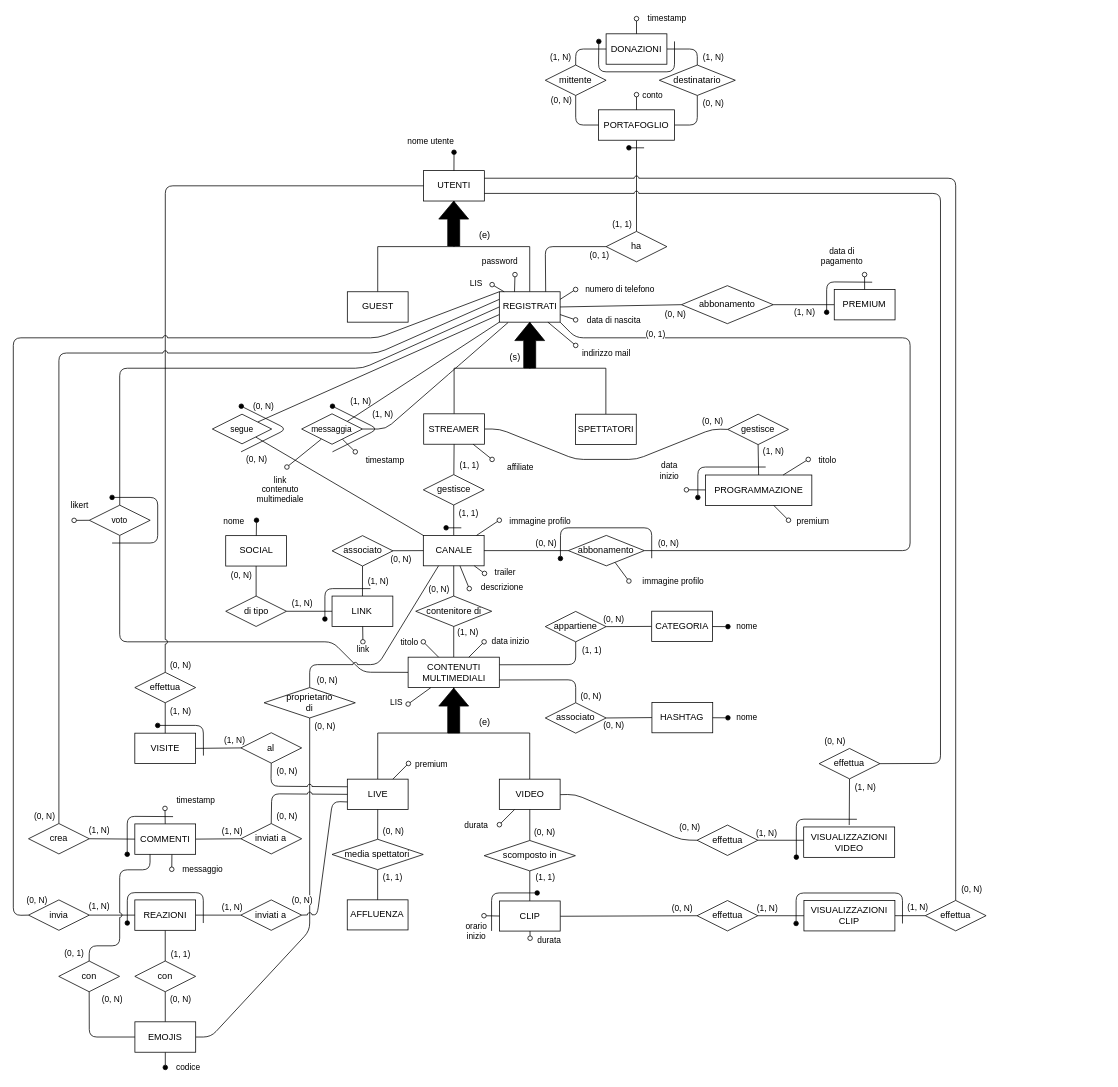
Earlier version of the draw.io diagram Progetto Esame - DBSperimentazioni A.A. 2023-2024/Diagrammi/1.5 Schema E-R.drawio (Mattron2000/Basi_di_dati). Source tidied: cells renumbered, new cells numbered last; positions are measured from the earlier drawing's top-left corner, leaving out a move shared by most shapes. Both pictures are drawn from the tidied source at 76%, with x=0, y=0 at pixel (13, 18).
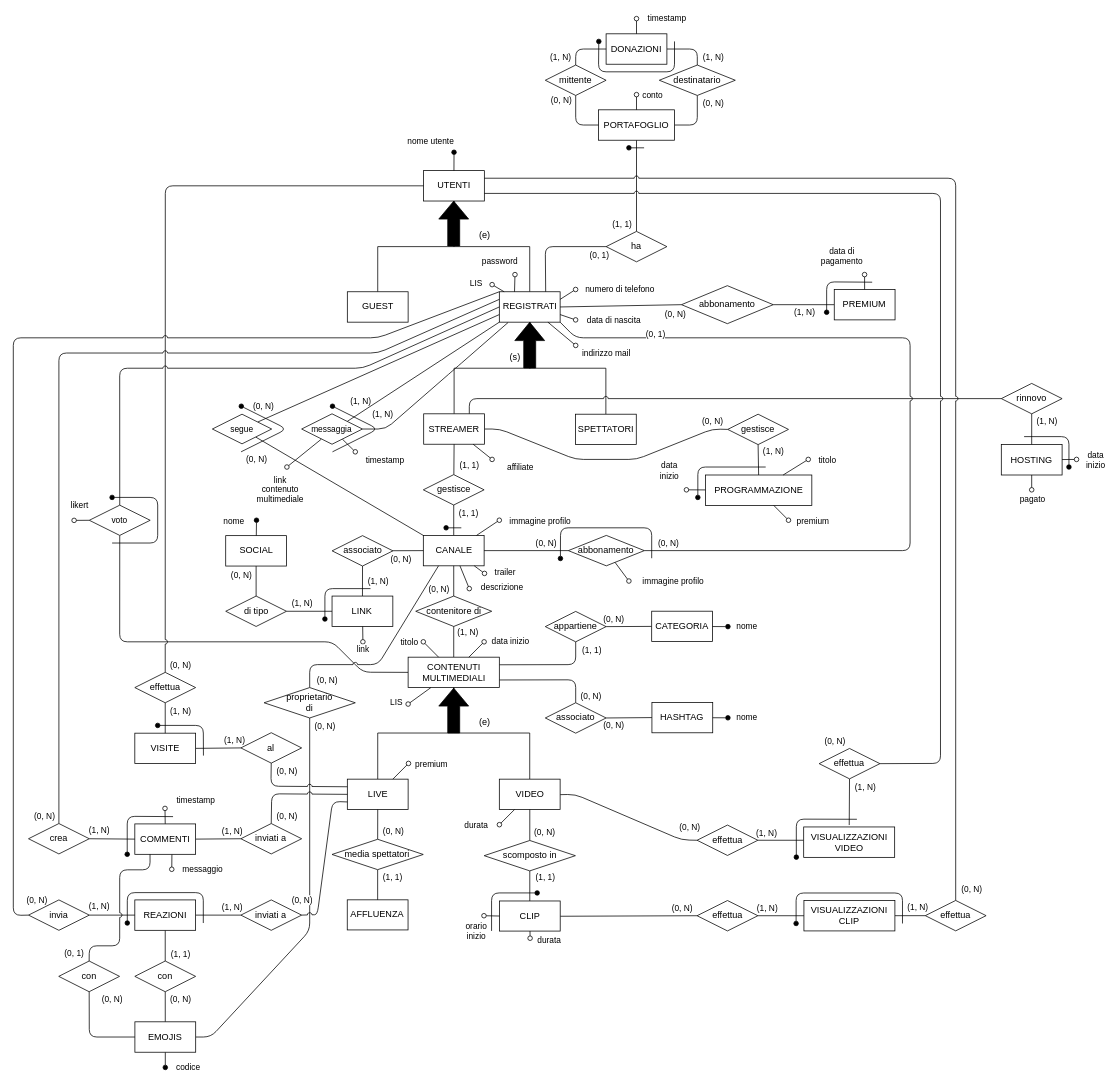
Above is the later version.

Commit message:
Aggiornato mappa concettuale parte 8

Fine della pagina 5 del pdf

Unchanged cells that the change refers to:
```xml
<mxCell id="25" value="REGISTRATI" style="whiteSpace=wrap;html=1;" parent="1" vertex="1">
  <mxGeometry x="639.5" y="359.4" width="80" height="40" as="geometry" />
</mxCell>
<mxCell id="31" value="STREAMER" style="whiteSpace=wrap;html=1;" parent="1" vertex="1">
  <mxGeometry x="540" y="520" width="80" height="40" as="geometry" />
</mxCell>
<mxCell id="251" value="voto" style="rhombus;whiteSpace=wrap;html=1;fontFamily=Helvetica;fontSize=11;fontColor=default;" parent="1" vertex="1">
  <mxGeometry x="100" y="640.2" width="80.1" height="39.8" as="geometry" />
</mxCell>
```

The edit, as a diff of the source:
```diff
@@
+    <mxCell id="259" style="edgeStyle=none;rounded=1;jumpStyle=arc;html=1;exitX=0.75;exitY=0;exitDx=0;exitDy=0;endArrow=none;endFill=0;entryX=0;entryY=0.5;entryDx=0;entryDy=0;" parent="1" edge="1" source="31" target="260">
+      <mxGeometry relative="1" as="geometry">
+        <Array as="points">
+          <mxPoint x="600" y="500" />
+        </Array>
+      </mxGeometry>
+    </mxCell>
@@
-    <mxCell id="250" style="edgeStyle=none;html=1;exitX=0.5;exitY=0;exitDx=0;exitDy=0;entryX=0;entryY=0.5;entryDx=0;entryDy=0;endArrow=none;endFill=0;" parent="1" edge="1" source="251" target="25">
+    <mxCell id="250" style="edgeStyle=none;html=1;exitX=0.5;exitY=0;exitDx=0;exitDy=0;entryX=0;entryY=0.5;entryDx=0;entryDy=0;endArrow=none;endFill=0;jumpStyle=arc;" parent="1" edge="1" source="251" target="25">
       <mxGeometry relative="1" as="geometry">
         <Array as="points">
           <mxPoint x="140" y="460" />
           <mxPoint x="460" y="460" />
         </Array>
       </mxGeometry>
     </mxCell>
@@
+    <mxCell id="260" value="rinnovo" style="rhombus;whiteSpace=wrap;html=1;" parent="1" vertex="1">
+      <mxGeometry x="1300" y="480" width="80" height="40" as="geometry" />
+    </mxCell>
+    <mxCell id="261" value="(1, N)" style="edgeStyle=none;jumpStyle=arc;html=1;exitX=0.5;exitY=1;exitDx=0;exitDy=0;entryX=0.5;entryY=0;entryDx=0;entryDy=0;startArrow=none;startFill=0;endArrow=none;endFill=0;" parent="1" edge="1" source="260" target="262">
+      <mxGeometry x="-0.51" y="20" relative="1" as="geometry" />
+    </mxCell>
+    <mxCell id="262" value="HOSTING" style="whiteSpace=wrap;html=1;" parent="1" vertex="1">
+      <mxGeometry x="1300" y="560.5" width="80" height="40" as="geometry" />
+    </mxCell>
+    <mxCell id="263" style="edgeStyle=none;shape=connector;rounded=1;fillStyle=auto;html=1;labelBackgroundColor=default;strokeColor=default;strokeWidth=1;fontFamily=Helvetica;fontSize=11;fontColor=default;endArrow=none;endFill=0;startSize=6;endSize=6;fillColor=#000000;startArrow=oval;startFill=0;" parent="1" edge="1" target="262">
+      <mxGeometry relative="1" as="geometry">
+        <mxPoint x="1399" y="580" as="sourcePoint" />
+      </mxGeometry>
+    </mxCell>
+    <mxCell id="264" value="data&lt;br&gt;inizio" style="edgeLabel;html=1;align=center;verticalAlign=middle;fontSize=11;fontFamily=Helvetica;fontColor=default;" parent="263" vertex="1">
+      <mxGeometry x="-0.26" y="1" relative="1" as="geometry">
+        <mxPoint x="31" y="-1" as="offset" />
+      </mxGeometry>
+    </mxCell>
+    <mxCell id="265" style="edgeStyle=none;shape=connector;rounded=1;fillStyle=auto;html=1;labelBackgroundColor=default;strokeColor=default;strokeWidth=1;fontFamily=Helvetica;fontSize=11;fontColor=default;endArrow=none;endFill=0;startSize=6;endSize=6;fillColor=#000000;startArrow=oval;startFill=1;" parent="1" edge="1">
+      <mxGeometry relative="1" as="geometry">
+        <mxPoint x="1389" y="590" as="sourcePoint" />
+        <mxPoint x="1330" y="550" as="targetPoint" />
+        <Array as="points">
+          <mxPoint x="1389" y="550" />
+        </Array>
+      </mxGeometry>
+    </mxCell>
+    <mxCell id="266" style="edgeStyle=none;shape=connector;rounded=1;fillStyle=auto;html=1;labelBackgroundColor=default;strokeColor=default;strokeWidth=1;fontFamily=Helvetica;fontSize=11;fontColor=default;endArrow=none;endFill=0;startSize=6;endSize=6;fillColor=#000000;startArrow=oval;startFill=0;" parent="1" edge="1" target="262">
+      <mxGeometry relative="1" as="geometry">
+        <mxPoint x="1340" y="620" as="sourcePoint" />
+      </mxGeometry>
+    </mxCell>
+    <mxCell id="267" value="pagato" style="edgeLabel;html=1;align=center;verticalAlign=middle;fontSize=11;fontFamily=Helvetica;fontColor=default;" parent="266" vertex="1">
+      <mxGeometry x="-0.26" y="1" relative="1" as="geometry">
+        <mxPoint x="1" y="19" as="offset" />
+      </mxGeometry>
+    </mxCell>
```
